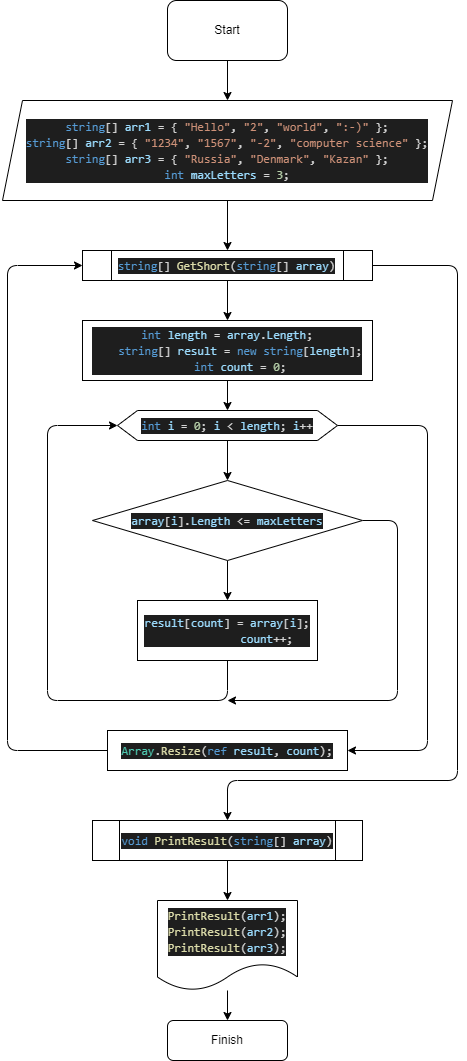
GrinkBS/ControlWorkProgramming keeps this draw.io diagram as Scheme.drawio.png. Above is the earlier version. Source tidied: cells renumbered, new cells last; positions are measured from the earlier drawing's top-left corner, leaving out a move shared by most shapes.
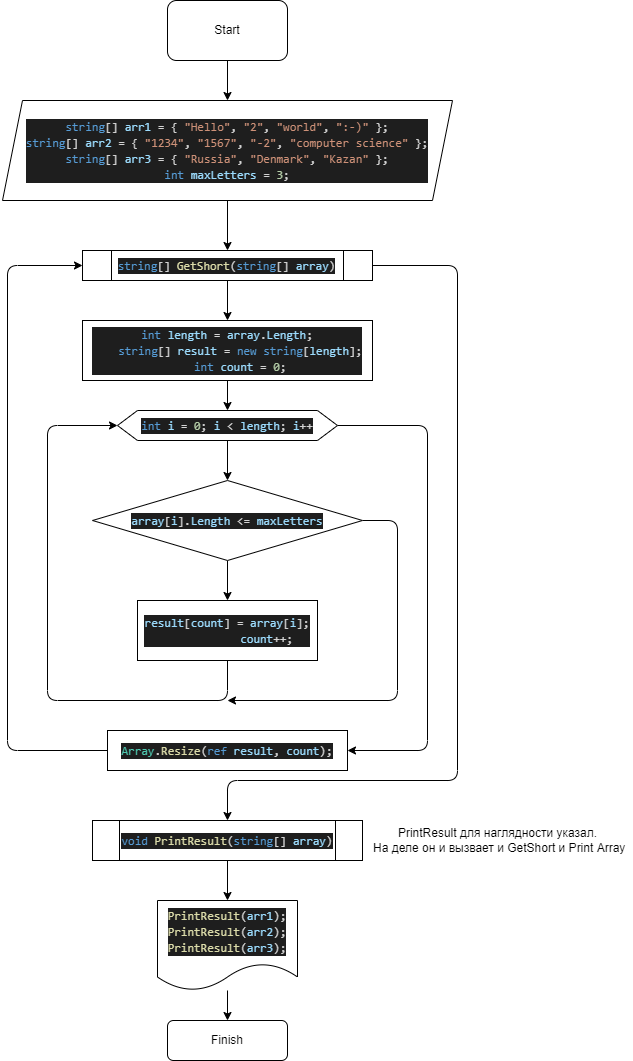
The same file after the commit.

What changed in the source:
```diff
@@ -102,5 +102,8 @@
     <mxCell id="25" value="Finish" style="rounded=1;whiteSpace=wrap;html=1;" parent="1" vertex="1">
       <mxGeometry x="165" y="1020" width="120" height="40" as="geometry" />
     </mxCell>
+    <mxCell id="26" value="PrintResult для наглядности указал.&lt;br&gt;&amp;nbsp;На деле он и вызвает и GetShort и Print Array" style="text;html=1;align=center;verticalAlign=middle;strokeColor=none;fillColor=none;" parent="1" vertex="1">
+      <mxGeometry x="360" y="825" width="270" height="30" as="geometry" />
+    </mxCell>
   </root>
 </mxGraphModel>
```
